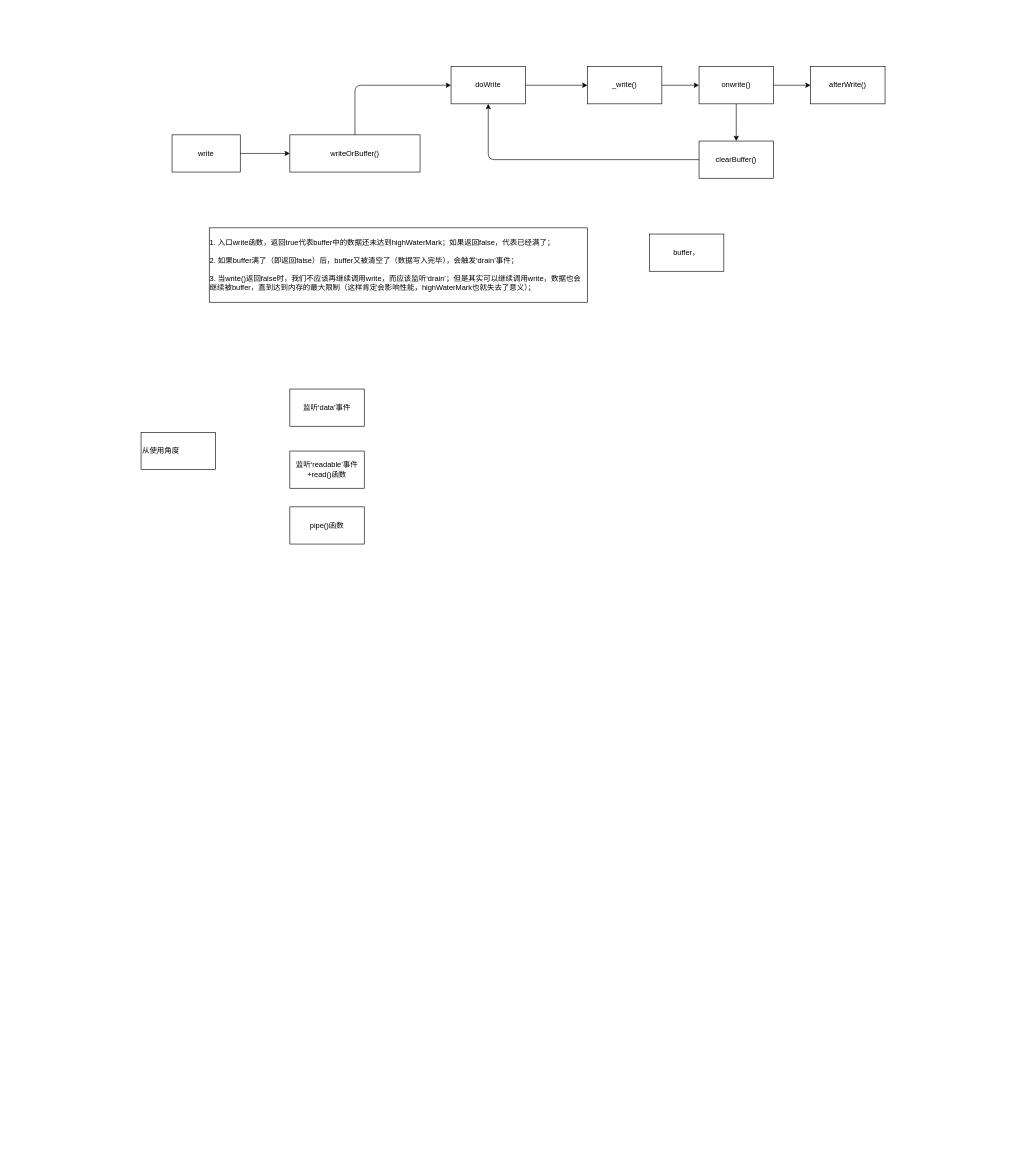
Before: Untitled Diagram.drawio in tombflylee/node, a draw.io diagram. Source tidied: cells renumbered, new cells numbered last; positions are measured from the earlier drawing's top-left corner, leaving out a move shared by most shapes. Both pictures are drawn from the tidied source at 62%, with x=0, y=0 at pixel (141, 66).
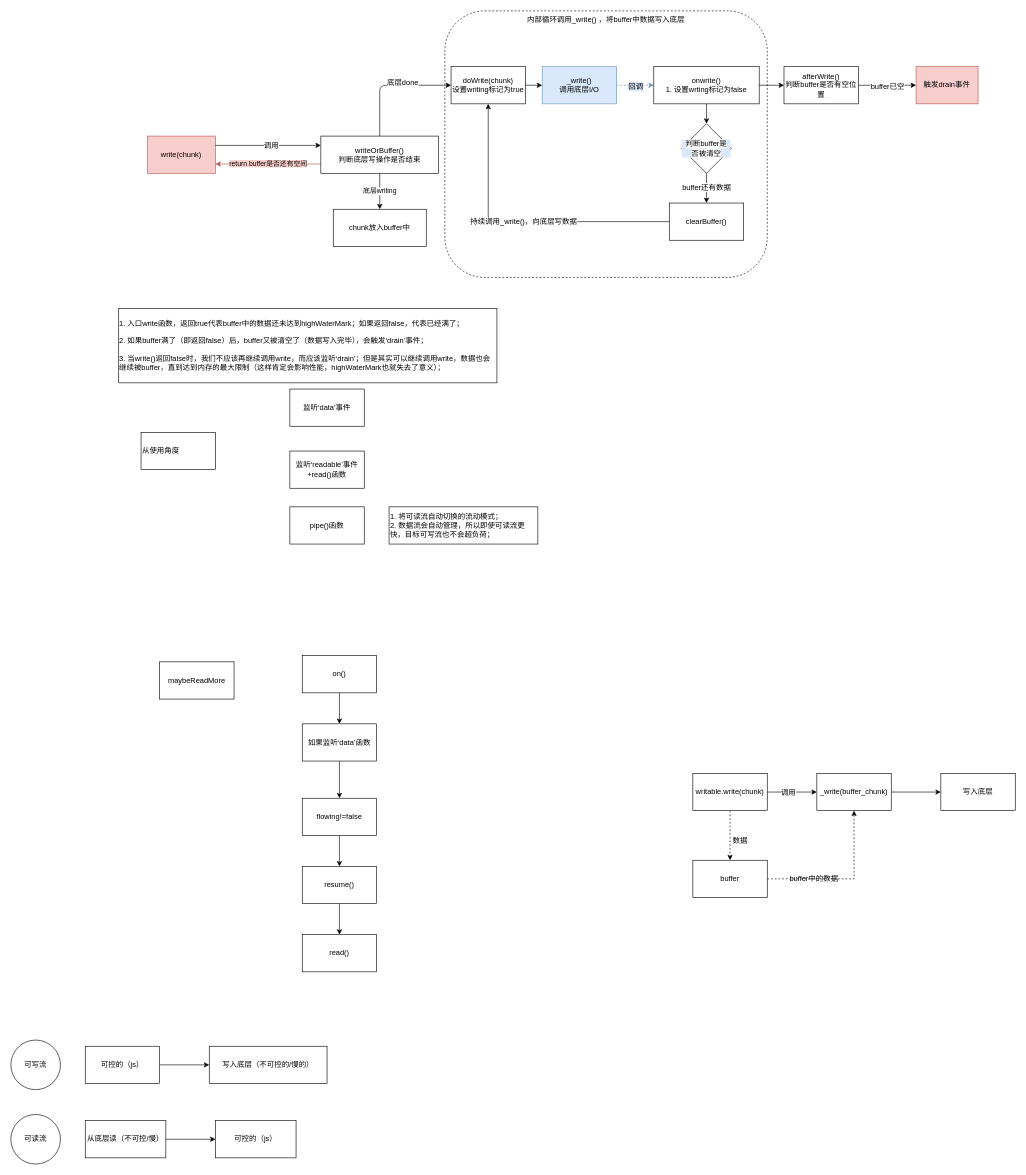
The same diagram, later.

Diff of the diagram source:
```diff
@@
+    <mxCell id="22" value="&lt;span style=&quot;background-color: rgb(255 , 255 , 255)&quot;&gt;内部循环调用_write() ，将buffer中数据写入底层&lt;/span&gt;" style="rounded=1;whiteSpace=wrap;html=1;labelBackgroundColor=#DAE8FC;dashed=1;align=center;verticalAlign=top;" parent="1" vertex="1">
+      <mxGeometry x="490" y="-90" width="520" height="430" as="geometry" />
+    </mxCell>
-    <mxCell id="2" value="write" style="rounded=0;whiteSpace=wrap;html=1;" parent="1" vertex="1">
-      <mxGeometry x="50" y="110" width="110" height="60" as="geometry" />
+    <mxCell id="2" value="write(chunk)" style="rounded=0;whiteSpace=wrap;html=1;fillColor=#f8cecc;strokeColor=#b85450;" parent="1" vertex="1">
+      <mxGeometry x="10" y="112" width="110" height="60" as="geometry" />
     </mxCell>
+    <mxCell id="23" value="底层writing" style="edgeStyle=orthogonalEdgeStyle;rounded=0;jettySize=auto;html=1;" parent="1" edge="1" source="3" target="25">
+      <mxGeometry relative="1" as="geometry" />
+    </mxCell>
+    <mxCell id="24" value="&lt;span style=&quot;background-color: rgb(248 , 206 , 204)&quot;&gt;return buffer是否还有空间&lt;/span&gt;" style="edgeStyle=orthogonalEdgeStyle;rounded=0;jettySize=auto;html=1;exitX=0;exitY=0.75;exitDx=0;exitDy=0;entryX=1;entryY=0.75;entryDx=0;entryDy=0;fillColor=#f8cecc;strokeColor=#b85450;" parent="1" edge="1" source="3" target="2">
+      <mxGeometry relative="1" as="geometry">
+        <Array as="points">
+          <mxPoint x="230" y="157" />
+          <mxPoint x="230" y="157" />
+        </Array>
+      </mxGeometry>
+    </mxCell>
-    <mxCell id="3" value="writeOrBuffer()" style="rounded=0;whiteSpace=wrap;html=1;" parent="1" vertex="1">
-      <mxGeometry x="240" y="110" width="210" height="60" as="geometry" />
+    <mxCell id="3" value="writeOrBuffer()&lt;br&gt;判断底层写操作是否结束" style="rounded=0;whiteSpace=wrap;html=1;" parent="1" vertex="1">
+      <mxGeometry x="290" y="112" width="190" height="60" as="geometry" />
     </mxCell>
+    <mxCell id="25" value="chunk放入buffer中" style="rounded=0;whiteSpace=wrap;html=1;" parent="1" vertex="1">
+      <mxGeometry x="310" y="230" width="150" height="60" as="geometry" />
+    </mxCell>
-    <mxCell id="4" style="endArrow=classic;html=1;exitX=1;exitY=0.5;exitDx=0;exitDy=0;entryX=0;entryY=0.5;entryDx=0;entryDy=0;" parent="1" edge="1" source="2" target="3">
+    <mxCell id="4" style="endArrow=classic;html=1;exitX=1;exitY=0.25;exitDx=0;exitDy=0;entryX=0;entryY=0.25;entryDx=0;entryDy=0;" parent="1" edge="1" source="2" target="3">
       <mxGeometry relative="1" as="geometry" />
     </mxCell>
+    <mxCell id="26" value="调用" style="text;html=1;align=center;verticalAlign=middle;labelBackgroundColor=#ffffff;" parent="4" vertex="1">
+      <mxGeometry x="0.05" relative="1" as="geometry" />
+    </mxCell>
-    <mxCell id="5" value="doWrite" style="rounded=0;whiteSpace=wrap;html=1;" parent="1" vertex="1">
+    <mxCell id="5" value="doWrite(chunk)&lt;br&gt;设置writing标记为true" style="rounded=0;whiteSpace=wrap;html=1;" parent="1" vertex="1">
       <mxGeometry x="500" width="120" height="60" as="geometry" />
     </mxCell>
     <mxCell id="6" style="endArrow=classic;html=1;exitX=0.5;exitY=0;exitDx=0;exitDy=0;entryX=0;entryY=0.5;entryDx=0;entryDy=0;" parent="1" edge="1" source="3" target="5">
       <mxGeometry relative="1" as="geometry">
         <Array as="points">
-          <mxPoint x="345" y="30" />
+          <mxPoint x="385" y="30" />
         </Array>
       </mxGeometry>
     </mxCell>
+    <mxCell id="27" value="底层done" style="text;html=1;align=center;verticalAlign=middle;labelBackgroundColor=#ffffff;" parent="6" vertex="1">
+      <mxGeometry x="-0.32" y="-18" relative="1" as="geometry">
+        <mxPoint x="18" y="-20" as="offset" />
+      </mxGeometry>
+    </mxCell>
+    <mxCell id="10" style="edgeStyle=orthogonalEdgeStyle;rounded=0;jettySize=auto;html=1;dashed=1;fillColor=#dae8fc;strokeColor=#6c8ebf;" parent="1" edge="1" source="7" target="9">
+      <mxGeometry relative="1" as="geometry" />
+    </mxCell>
+    <mxCell id="28" value="回调" style="text;html=1;align=center;verticalAlign=middle;labelBackgroundColor=#DAE8FC;" parent="10" vertex="1">
+      <mxGeometry x="0.01" y="-1" relative="1" as="geometry" />
+    </mxCell>
-    <mxCell id="7" value="_write()" style="rounded=0;whiteSpace=wrap;html=1;" parent="1" vertex="1">
-      <mxGeometry x="720" width="120" height="60" as="geometry" />
+    <mxCell id="7" value="_write()&lt;br&gt;调用底层I/O" style="rounded=0;whiteSpace=wrap;html=1;fillColor=#dae8fc;strokeColor=#6c8ebf;" parent="1" vertex="1">
+      <mxGeometry x="647" width="120" height="60" as="geometry" />
     </mxCell>
@@
-    <mxCell id="9" value="onwrite()" style="rounded=0;whiteSpace=wrap;html=1;" parent="1" vertex="1">
-      <mxGeometry x="900" width="120" height="60" as="geometry" />
+    <mxCell id="9" value="onwrite()&lt;br&gt;1. 设置wrting标记为false&lt;br&gt;" style="rounded=0;whiteSpace=wrap;html=1;" parent="1" vertex="1">
+      <mxGeometry x="827" width="170" height="60" as="geometry" />
     </mxCell>
-    <mxCell id="10" style="endArrow=classic;html=1;exitX=1;exitY=0.5;exitDx=0;exitDy=0;entryX=0;entryY=0.5;entryDx=0;entryDy=0;" parent="1" edge="1" source="7" target="9">
-      <mxGeometry relative="1" as="geometry" />
-    </mxCell>
+    <mxCell id="29" style="edgeStyle=orthogonalEdgeStyle;rounded=0;jettySize=auto;html=1;" parent="1" edge="1" source="11" target="31">
+      <mxGeometry relative="1" as="geometry" />
+    </mxCell>
+    <mxCell id="30" value="buffer已空" style="text;html=1;align=center;verticalAlign=middle;labelBackgroundColor=#ffffff;" parent="29" vertex="1">
+      <mxGeometry x="-0.01" y="-2" relative="1" as="geometry" />
+    </mxCell>
-    <mxCell id="11" value="afterWrite()" style="rounded=0;whiteSpace=wrap;html=1;" parent="1" vertex="1">
-      <mxGeometry x="1080" width="120" height="60" as="geometry" />
+    <mxCell id="11" value="afterWrite()&lt;br&gt;判断buffer是否有空位置" style="rounded=0;whiteSpace=wrap;html=1;" parent="1" vertex="1">
+      <mxGeometry x="1037" width="120" height="60" as="geometry" />
     </mxCell>
+    <mxCell id="31" value="触发drain事件" style="rounded=0;whiteSpace=wrap;html=1;fillColor=#f8cecc;strokeColor=#b85450;" parent="1" vertex="1">
+      <mxGeometry x="1250" width="100" height="60" as="geometry" />
+    </mxCell>
@@
     <mxCell id="13" value="clearBuffer()" style="rounded=0;whiteSpace=wrap;html=1;" parent="1" vertex="1">
-      <mxGeometry x="900" y="120" width="120" height="60" as="geometry" />
+      <mxGeometry x="852" y="220" width="120" height="60" as="geometry" />
     </mxCell>
-    <mxCell id="14" style="endArrow=classic;html=1;exitX=0.5;exitY=1;exitDx=0;exitDy=0;entryX=0.5;entryY=0;entryDx=0;entryDy=0;" parent="1" edge="1" source="9" target="13">
+    <mxCell id="14" style="endArrow=classic;html=1;exitX=0.5;exitY=1;exitDx=0;exitDy=0;entryX=0.5;entryY=0;entryDx=0;entryDy=0;" parent="1" edge="1" source="64" target="13">
       <mxGeometry relative="1" as="geometry" />
     </mxCell>
+    <mxCell id="32" value="buffer还有数据" style="text;html=1;align=center;verticalAlign=middle;labelBackgroundColor=#ffffff;" parent="14" vertex="1">
+      <mxGeometry x="-0.08" y="-1" relative="1" as="geometry" />
+    </mxCell>
     <mxCell id="15" style="endArrow=classic;html=1;exitX=0;exitY=0.5;exitDx=0;exitDy=0;entryX=0.5;entryY=1;entryDx=0;entryDy=0;" parent="1" edge="1" source="13" target="5">
       <mxGeometry relative="1" as="geometry">
         <Array as="points">
-          <mxPoint x="560" y="150" />
+          <mxPoint x="560" y="250" />
         </Array>
       </mxGeometry>
     </mxCell>
+    <mxCell id="33" value="持续调用_write()，向底层写数据" style="text;html=1;align=center;verticalAlign=middle;labelBackgroundColor=#ffffff;" parent="15" vertex="1">
+      <mxGeometry x="-0.02" relative="1" as="geometry" />
+    </mxCell>
     <mxCell id="16" value="&lt;div style=&quot;text-align: left&quot;&gt;&lt;span&gt;1. 入口write函数，返回true代表buffer中的数据还未达到highWaterMark；如果返回false，代表已经满了；&lt;/span&gt;&lt;/div&gt;&lt;div style=&quot;text-align: left&quot;&gt;&lt;span&gt;&lt;br&gt;&lt;/span&gt;&lt;/div&gt;&lt;div style=&quot;text-align: left&quot;&gt;&lt;span&gt;2. 如果buffer满了（即返回false）后，buffer又被清空了（数据写入完毕），会触发‘drain’事件；&lt;/span&gt;&lt;/div&gt;&lt;div style=&quot;text-align: left&quot;&gt;&lt;span&gt;&lt;br&gt;&lt;/span&gt;&lt;/div&gt;&lt;div style=&quot;text-align: left&quot;&gt;&lt;span&gt;3. 当write()返回false时，我们不应该再继续调用write，而应该监听‘drain’；但是其实可以继续调用write，数据也会继续被buffer，直到达到内存的最大限制（这样肯定会影响性能，highWaterMark也就失去了意义）；&lt;/span&gt;&lt;/div&gt;" style="rounded=0;whiteSpace=wrap;html=1;" parent="1" vertex="1">
-      <mxGeometry x="110" y="260" width="610" height="120" as="geometry" />
+      <mxGeometry x="-36" y="390" width="610" height="120" as="geometry" />
     </mxCell>
-    <mxCell id="17" value="buffer，" style="rounded=0;whiteSpace=wrap;html=1;" parent="1" vertex="1">
-      <mxGeometry x="820" y="270" width="120" height="60" as="geometry" />
-    </mxCell>
@@
+    <mxCell id="34" value="1. 将可读流自动切换的流动模式；&lt;br&gt;&lt;div&gt;&lt;span&gt;2. 数据流会自动管理，所以即使可读流更快，目标可写流也不会超负荷；&lt;/span&gt;&lt;/div&gt;" style="rounded=0;whiteSpace=wrap;html=1;align=left;" parent="1" vertex="1">
+      <mxGeometry x="400" y="710" width="240" height="60" as="geometry" />
+    </mxCell>
+    <mxCell id="35" value="read()" style="rounded=0;whiteSpace=wrap;html=1;" parent="1" vertex="1">
+      <mxGeometry x="260" y="1400" width="120" height="60" as="geometry" />
+    </mxCell>
+    <mxCell id="36" value="maybeReadMore" style="rounded=0;whiteSpace=wrap;html=1;" parent="1" vertex="1">
+      <mxGeometry x="30" y="960" width="120" height="60" as="geometry" />
+    </mxCell>
+    <mxCell id="37" style="edgeStyle=orthogonalEdgeStyle;rounded=0;jettySize=auto;html=1;" parent="1" edge="1" source="38" target="40">
+      <mxGeometry relative="1" as="geometry" />
+    </mxCell>
+    <mxCell id="38" value="on()" style="rounded=0;whiteSpace=wrap;html=1;" parent="1" vertex="1">
+      <mxGeometry x="260" y="950" width="120" height="60" as="geometry" />
+    </mxCell>
+    <mxCell id="39" style="edgeStyle=orthogonalEdgeStyle;rounded=0;jettySize=auto;html=1;" parent="1" edge="1" source="40" target="42">
+      <mxGeometry relative="1" as="geometry" />
+    </mxCell>
+    <mxCell id="40" value="如果监听‘data’函数" style="rounded=0;whiteSpace=wrap;html=1;" parent="1" vertex="1">
+      <mxGeometry x="260" y="1060" width="120" height="60" as="geometry" />
+    </mxCell>
+    <mxCell id="41" style="edgeStyle=orthogonalEdgeStyle;rounded=0;jettySize=auto;html=1;" parent="1" edge="1" source="42" target="44">
+      <mxGeometry relative="1" as="geometry" />
+    </mxCell>
+    <mxCell id="42" value="flowing!=false" style="rounded=0;whiteSpace=wrap;html=1;" parent="1" vertex="1">
+      <mxGeometry x="260" y="1180" width="120" height="60" as="geometry" />
+    </mxCell>
+    <mxCell id="43" style="edgeStyle=orthogonalEdgeStyle;rounded=0;jettySize=auto;html=1;" parent="1" edge="1" source="44" target="35">
+      <mxGeometry relative="1" as="geometry" />
+    </mxCell>
+    <mxCell id="44" value="resume()" style="rounded=0;whiteSpace=wrap;html=1;" parent="1" vertex="1">
+      <mxGeometry x="260" y="1290" width="120" height="60" as="geometry" />
+    </mxCell>
+    <mxCell id="45" style="edgeStyle=orthogonalEdgeStyle;rounded=0;jettySize=auto;html=1;" parent="1" edge="1" source="46" target="47">
+      <mxGeometry relative="1" as="geometry" />
+    </mxCell>
+    <mxCell id="46" value="可控的（js）" style="rounded=0;whiteSpace=wrap;html=1;" parent="1" vertex="1">
+      <mxGeometry x="-90" y="1580" width="120" height="60" as="geometry" />
+    </mxCell>
+    <mxCell id="47" value="写入底层（不可控的/慢的）" style="rounded=0;whiteSpace=wrap;html=1;" parent="1" vertex="1">
+      <mxGeometry x="110" y="1580" width="190" height="60" as="geometry" />
+    </mxCell>
+    <mxCell id="48" value="可写流" style="ellipse;whiteSpace=wrap;html=1;" parent="1" vertex="1">
+      <mxGeometry x="-210" y="1570" width="80" height="80" as="geometry" />
+    </mxCell>
+    <mxCell id="49" value="可读流" style="ellipse;whiteSpace=wrap;html=1;" parent="1" vertex="1">
+      <mxGeometry x="-210" y="1690" width="80" height="80" as="geometry" />
+    </mxCell>
+    <mxCell id="50" style="edgeStyle=orthogonalEdgeStyle;rounded=0;jettySize=auto;html=1;" parent="1" edge="1" source="51" target="52">
+      <mxGeometry relative="1" as="geometry" />
+    </mxCell>
+    <mxCell id="51" value="从底层读（不可控/慢）" style="rounded=0;whiteSpace=wrap;html=1;" parent="1" vertex="1">
+      <mxGeometry x="-90" y="1700" width="130" height="60" as="geometry" />
+    </mxCell>
+    <mxCell id="52" value="可控的（js）" style="rounded=0;whiteSpace=wrap;html=1;" parent="1" vertex="1">
+      <mxGeometry x="120" y="1700" width="130" height="60" as="geometry" />
+    </mxCell>
+    <mxCell id="53" style="edgeStyle=orthogonalEdgeStyle;rounded=0;jettySize=auto;html=1;dashed=1;" parent="1" edge="1" source="56" target="61">
+      <mxGeometry relative="1" as="geometry" />
+    </mxCell>
+    <mxCell id="54" style="edgeStyle=orthogonalEdgeStyle;rounded=0;jettySize=auto;html=1;" parent="1" edge="1" source="56" target="58">
+      <mxGeometry relative="1" as="geometry" />
+    </mxCell>
+    <mxCell id="55" value="调用" style="text;html=1;align=center;verticalAlign=middle;labelBackgroundColor=#ffffff;" parent="54" vertex="1">
+      <mxGeometry x="-0.17" y="-1" relative="1" as="geometry" />
+    </mxCell>
+    <mxCell id="56" value="writable.write(chunk)" style="rounded=0;whiteSpace=wrap;html=1;" parent="1" vertex="1">
+      <mxGeometry x="890" y="1140" width="120" height="60" as="geometry" />
+    </mxCell>
+    <mxCell id="57" style="edgeStyle=orthogonalEdgeStyle;rounded=0;jettySize=auto;html=1;" parent="1" edge="1" source="58" target="59">
+      <mxGeometry relative="1" as="geometry" />
+    </mxCell>
+    <mxCell id="58" value="_write(buffer_chunk)" style="rounded=0;whiteSpace=wrap;html=1;" parent="1" vertex="1">
+      <mxGeometry x="1090" y="1140" width="120" height="60" as="geometry" />
+    </mxCell>
+    <mxCell id="59" value="写入底层" style="rounded=0;whiteSpace=wrap;html=1;" parent="1" vertex="1">
+      <mxGeometry x="1290" y="1140" width="120" height="60" as="geometry" />
+    </mxCell>
+    <mxCell id="60" style="edgeStyle=orthogonalEdgeStyle;rounded=0;jettySize=auto;html=1;entryX=0.5;entryY=1;entryDx=0;entryDy=0;dashed=1;" parent="1" edge="1" source="61" target="58">
+      <mxGeometry relative="1" as="geometry">
+        <Array as="points">
+          <mxPoint x="1150" y="1310" />
+        </Array>
+      </mxGeometry>
+    </mxCell>
+    <mxCell id="61" value="buffer" style="rounded=0;whiteSpace=wrap;html=1;" parent="1" vertex="1">
+      <mxGeometry x="890" y="1280" width="120" height="60" as="geometry" />
+    </mxCell>
+    <mxCell id="62" value="数据" style="text;html=1;align=center;verticalAlign=middle;" parent="1" vertex="1">
+      <mxGeometry x="946" y="1239" width="40" height="20" as="geometry" />
+    </mxCell>
+    <mxCell id="63" value="buffer中的数据" style="text;html=1;align=center;verticalAlign=middle;" parent="1" vertex="1">
+      <mxGeometry x="1040" y="1300" width="90" height="20" as="geometry" />
+    </mxCell>
+    <mxCell id="64" value="&lt;div&gt;&lt;span style=&quot;background-color: rgb(255 , 255 , 255)&quot;&gt;判断buffer是否被清空&lt;/span&gt;&lt;/div&gt;" style="rhombus;whiteSpace=wrap;html=1;labelBackgroundColor=#DAE8FC;align=center;" parent="1" vertex="1">
+      <mxGeometry x="872" y="92" width="80" height="80" as="geometry" />
+    </mxCell>
+    <mxCell id="65" style="endArrow=classic;html=1;exitX=0.5;exitY=1;exitDx=0;exitDy=0;entryX=0.5;entryY=0;entryDx=0;entryDy=0;" parent="1" edge="1" source="9" target="64">
+      <mxGeometry relative="1" as="geometry" />
+    </mxCell>
```
